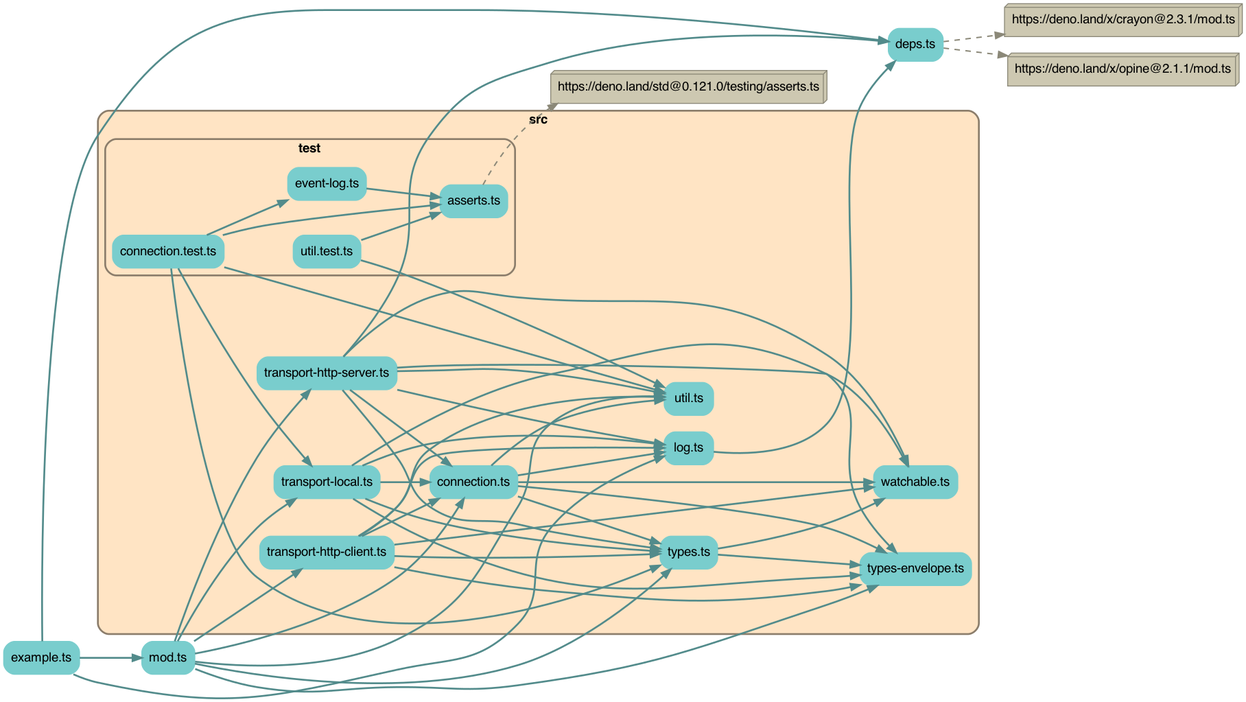
This is depchart/depchart-full.png from earthstar-project/earthstar-streaming-rpc, a Graphviz export, as it was before one commit. Its source is kept beside it as depchart/depchart-full.dot.
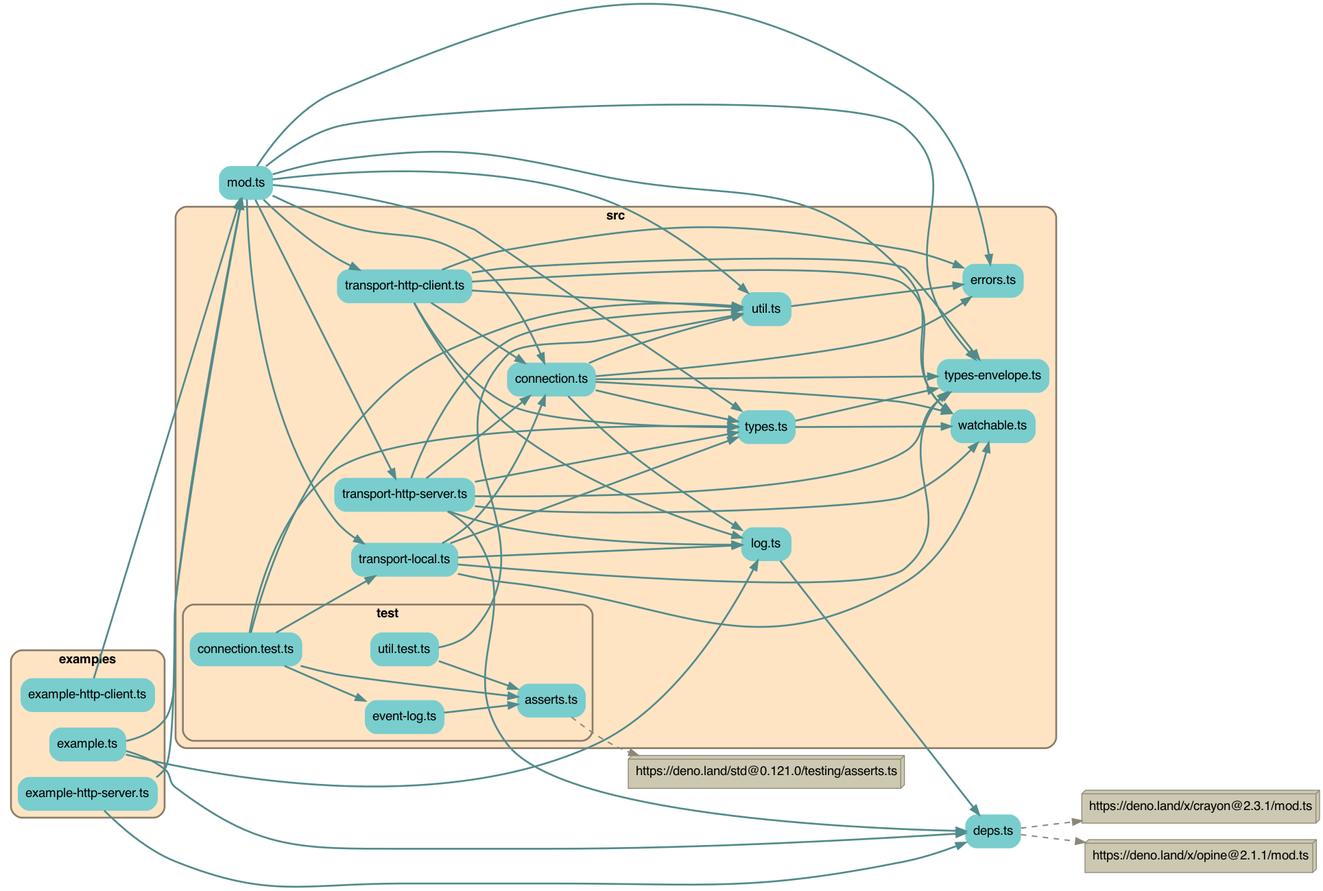
The same diagram one commit later.

The edit, as a diff of the source:
```diff
@@ -7,10 +7,21 @@
     edge [fontname = "helvetica"];
 
         "deps.ts" [label="deps.ts", shape=rectangle; style="rounded,filled"; color=darkslategray3];
-        "example.ts" [label="example.ts", shape=rectangle; style="rounded,filled"; color=darkslategray3];
         "mod.ts" [label="mod.ts", shape=rectangle; style="rounded,filled"; color=darkslategray3];
 
-        subgraph cluster82301750 {
+        subgraph cluster816164315 {
+            label=<<b>examples</b>>;
+            style="rounded,filled";
+            fillcolor=bisque;
+            color=bisque4;
+            penwidth=2;
+
+            "examples/example-http-client.ts" [label="example-http-client.ts", shape=rectangle; style="rounded,filled"; color=darkslategray3];
+            "examples/example-http-server.ts" [label="example-http-server.ts", shape=rectangle; style="rounded,filled"; color=darkslategray3];
+            "examples/example.ts" [label="example.ts", shape=rectangle; style="rounded,filled"; color=darkslategray3];
+        }
+
+        subgraph cluster8707387619 {
             label=<<b>src</b>>;
             style="rounded,filled";
             fillcolor=bisque;
@@ -18,6 +29,7 @@
             penwidth=2;
 
             "src/connection.ts" [label="connection.ts", shape=rectangle; style="rounded,filled"; color=darkslategray3];
+            "src/errors.ts" [label="errors.ts", shape=rectangle; style="rounded,filled"; color=darkslategray3];
             "src/log.ts" [label="log.ts", shape=rectangle; style="rounded,filled"; color=darkslategray3];
             "src/transport-http-client.ts" [label="transport-http-client.ts", shape=rectangle; style="rounded,filled"; color=darkslategray3];
             "src/transport-http-server.ts" [label="transport-http-server.ts", shape=rectangle; style="rounded,filled"; color=darkslategray3];
@@ -27,7 +39,7 @@
             "src/util.ts" [label="util.ts", shape=rectangle; style="rounded,filled"; color=darkslategray3];
             "src/watchable.ts" [label="watchable.ts", shape=rectangle; style="rounded,filled"; color=darkslategray3];
 
-            subgraph cluster9969856700 {
+            subgraph cluster2588540949 {
                 label=<<b>test</b>>;
                 style="rounded,filled";
                 fillcolor=bisque;
@@ -45,16 +57,22 @@
         "https://deno.land/x/opine@2.1.1/mod.ts" [shape=box3d, style=filled, fillcolor=cornsilk3, color=cornsilk4];
         "https://deno.land/std@0.121.0/testing/asserts.ts" [shape=box3d, style=filled, fillcolor=cornsilk3, color=cornsilk4];
 
-    "example.ts" -> "mod.ts" [penwidth=2; color=darkslategray4];
-    "example.ts" -> "src/log.ts" [penwidth=2; color=darkslategray4];
-    "example.ts" -> "deps.ts" [penwidth=2; color=darkslategray4];
-    "mod.ts" -> "src/types-envelope.ts" [penwidth=2; color=darkslategray4];
-    "mod.ts" -> "src/types.ts" [penwidth=2; color=darkslategray4];
+    "examples/example-http-client.ts" -> "mod.ts" [penwidth=2; color=darkslategray4];
+    "examples/example-http-server.ts" -> "mod.ts" [penwidth=2; color=darkslategray4];
+    "examples/example-http-server.ts" -> "deps.ts" [penwidth=2; color=darkslategray4];
+    "examples/example.ts" -> "mod.ts" [penwidth=2; color=darkslategray4];
+    "examples/example.ts" -> "src/log.ts" [penwidth=2; color=darkslategray4];
+    "examples/example.ts" -> "deps.ts" [penwidth=2; color=darkslategray4];
     "mod.ts" -> "src/connection.ts" [penwidth=2; color=darkslategray4];
+    "mod.ts" -> "src/errors.ts" [penwidth=2; color=darkslategray4];
     "mod.ts" -> "src/transport-http-client.ts" [penwidth=2; color=darkslategray4];
     "mod.ts" -> "src/transport-http-server.ts" [penwidth=2; color=darkslategray4];
     "mod.ts" -> "src/transport-local.ts" [penwidth=2; color=darkslategray4];
+    "mod.ts" -> "src/types-envelope.ts" [penwidth=2; color=darkslategray4];
+    "mod.ts" -> "src/types.ts" [penwidth=2; color=darkslategray4];
     "mod.ts" -> "src/util.ts" [penwidth=2; color=darkslategray4];
+    "mod.ts" -> "src/watchable.ts" [penwidth=2; color=darkslategray4];
+    "src/connection.ts" -> "src/errors.ts" [penwidth=2; color=darkslategray4];
     "src/connection.ts" -> "src/types.ts" [penwidth=2; color=darkslategray4];
     "src/connection.ts" -> "src/types-envelope.ts" [penwidth=2; color=darkslategray4];
     "src/connection.ts" -> "src/watchable.ts" [penwidth=2; color=darkslategray4];
@@ -69,6 +87,7 @@
     "src/test/event-log.ts" -> "src/test/asserts.ts" [penwidth=2; color=darkslategray4];
     "src/test/util.test.ts" -> "src/test/asserts.ts" [penwidth=2; color=darkslategray4];
     "src/test/util.test.ts" -> "src/util.ts" [penwidth=2; color=darkslategray4];
+    "src/transport-http-client.ts" -> "src/errors.ts" [penwidth=2; color=darkslategray4];
     "src/transport-http-client.ts" -> "src/types.ts" [penwidth=2; color=darkslategray4];
     "src/transport-http-client.ts" -> "src/types-envelope.ts" [penwidth=2; color=darkslategray4];
     "src/transport-http-client.ts" -> "src/watchable.ts" [penwidth=2; color=darkslategray4];
@@ -89,6 +108,7 @@
     "src/transport-local.ts" -> "src/log.ts" [penwidth=2; color=darkslategray4];
     "src/types.ts" -> "src/types-envelope.ts" [penwidth=2; color=darkslategray4];
     "src/types.ts" -> "src/watchable.ts" [penwidth=2; color=darkslategray4];
+    "src/util.ts" -> "src/errors.ts" [penwidth=2; color=darkslategray4];
 
     "deps.ts" -> "https://deno.land/x/crayon@2.3.1/mod.ts" [penwidth=1.5; style=dashed, color=cornsilk4, weight=1];
     "deps.ts" -> "https://deno.land/x/opine@2.1.1/mod.ts" [penwidth=1.5; style=dashed, color=cornsilk4, weight=1];
```
